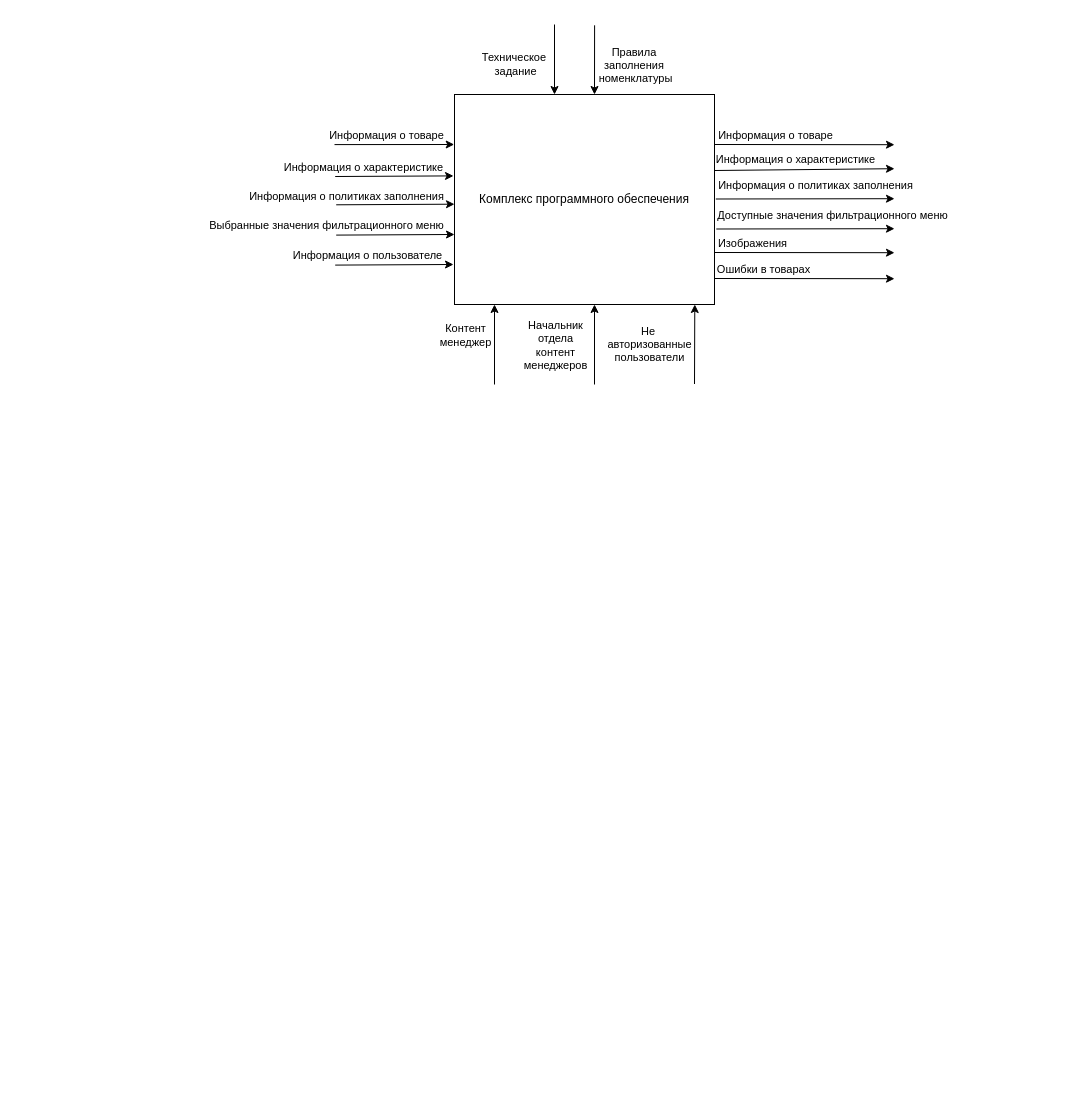
Before: page "Страница — 2" (2 of 2) of Диаграмма без названия.drawio in krasov-rf/EDU, a draw.io diagram. Source tidied: cells renumbered, new cells numbered last; positions are measured from the earlier drawing's top-left corner, leaving out a move shared by most shapes. Both pictures are drawn from the tidied source at 100%, with x=0, y=0 at pixel (334, 24).
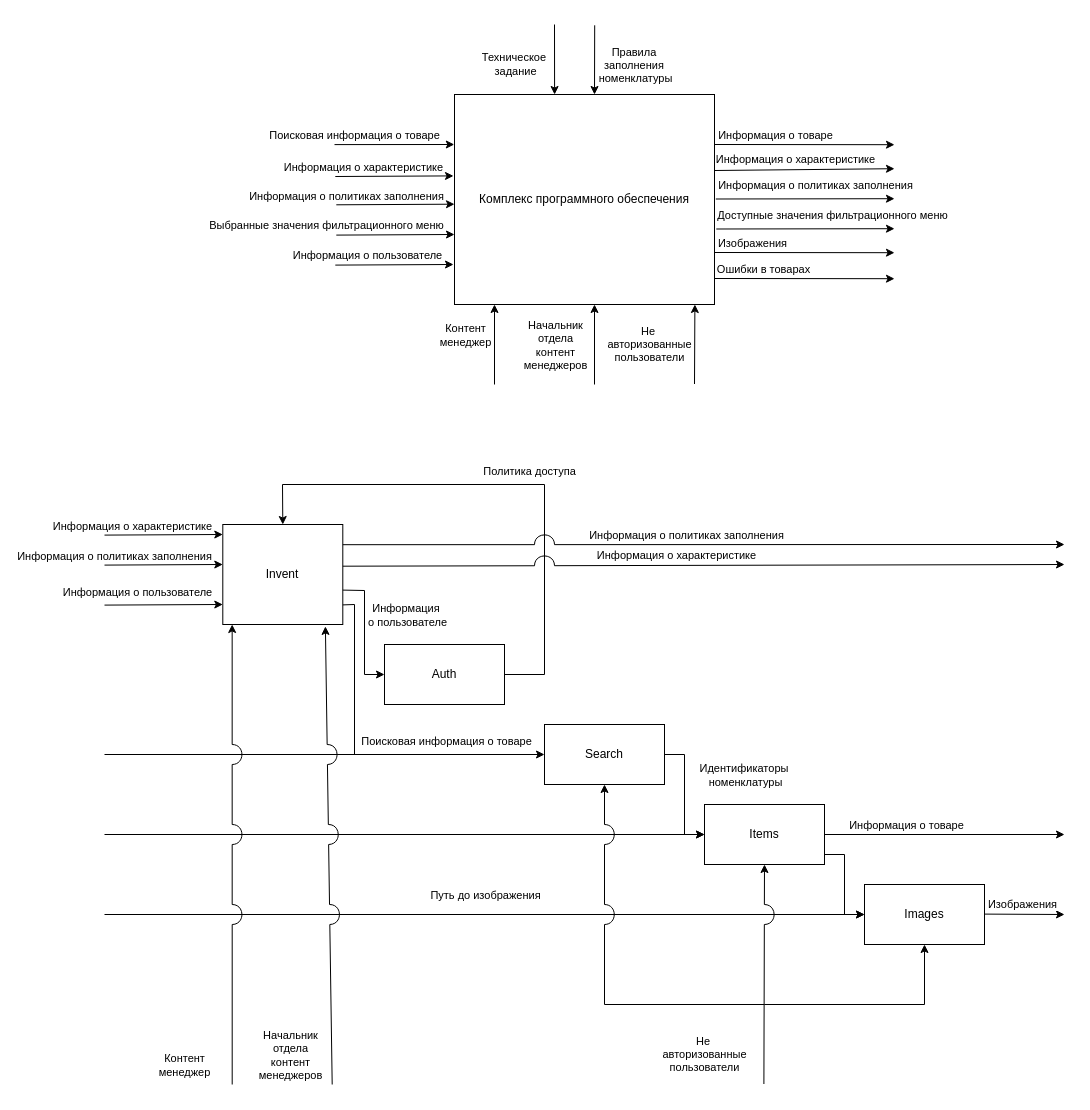
After the change.

The edit, as a diff of the source:
```diff
@@
+    <mxCell id="35" style="endArrow=classic;html=1;rounded=0;" parent="1" edge="1">
+      <mxGeometry relative="1" as="geometry">
+        <mxPoint x="-230" y="810" as="sourcePoint" />
+        <mxPoint x="370" y="810" as="targetPoint" />
+      </mxGeometry>
+    </mxCell>
@@
     <mxCell id="3" style="endArrow=classic;html=1;rounded=0;entryX=-0.001;entryY=0.153;entryDx=0;entryDy=0;entryPerimeter=0;" parent="1" edge="1">
       <mxGeometry relative="1" as="geometry">
         <mxPoint y="120.1" as="sourcePoint" />
-        <mxPoint x="119.7" y="120" as="targetPoint" />
+        <mxPoint x="119.8" y="120" as="targetPoint" />
       </mxGeometry>
     </mxCell>
-    <mxCell id="4" value="Информация о товаре" style="edgeLabel;html=1;align=center;verticalAlign=middle;" parent="3" vertex="1">
+    <mxCell id="4" value="Поисковая информация о товаре" style="edgeLabel;html=1;align=center;verticalAlign=middle;" parent="3" vertex="1">
       <mxGeometry x="-0.3" y="2" relative="1" as="geometry">
-        <mxPoint x="10" y="-8" as="offset" />
+        <mxPoint x="-22" y="-8" as="offset" />
       </mxGeometry>
     </mxCell>
     <mxCell id="5" style="endArrow=classic;html=1;rounded=0;entryX=-0.003;entryY=0.395;entryDx=0;entryDy=0;entryPerimeter=0;" parent="1" edge="1">
       <mxGeometry relative="1" as="geometry">
-        <mxPoint x="0.7" y="152" as="sourcePoint" />
+        <mxPoint x="0.8" y="152" as="sourcePoint" />
         <mxPoint x="119" y="151.4" as="targetPoint" />
       </mxGeometry>
     </mxCell>
@@
     <mxCell id="7" style="endArrow=classic;html=1;rounded=0;entryX=-0.003;entryY=0.395;entryDx=0;entryDy=0;entryPerimeter=0;" parent="1" edge="1">
       <mxGeometry relative="1" as="geometry">
-        <mxPoint x="1.7" y="180.3" as="sourcePoint" />
+        <mxPoint x="1.8" y="180.3" as="sourcePoint" />
         <mxPoint x="120" y="179.7" as="targetPoint" />
       </mxGeometry>
     </mxCell>
@@
     <mxCell id="9" style="endArrow=classic;html=1;rounded=0;entryX=-0.003;entryY=0.395;entryDx=0;entryDy=0;entryPerimeter=0;" parent="1" edge="1">
       <mxGeometry relative="1" as="geometry">
-        <mxPoint x="1.7" y="210.6" as="sourcePoint" />
+        <mxPoint x="1.8" y="210.6" as="sourcePoint" />
         <mxPoint x="120" y="210" as="targetPoint" />
       </mxGeometry>
     </mxCell>
@@
     <mxCell id="11" style="endArrow=classic;html=1;rounded=0;entryX=-0.003;entryY=0.395;entryDx=0;entryDy=0;entryPerimeter=0;" parent="1" edge="1">
       <mxGeometry relative="1" as="geometry">
-        <mxPoint x="0.7" y="240.6" as="sourcePoint" />
+        <mxPoint x="0.8" y="240.6" as="sourcePoint" />
         <mxPoint x="119" y="240" as="targetPoint" />
       </mxGeometry>
     </mxCell>
@@
     <mxCell id="17" style="endArrow=classic;html=1;rounded=0;entryX=0.832;entryY=1.003;entryDx=0;entryDy=0;entryPerimeter=0;" parent="1" edge="1">
       <mxGeometry relative="1" as="geometry">
         <mxPoint x="360" y="359.5" as="sourcePoint" />
-        <mxPoint x="360.3" y="280" as="targetPoint" />
+        <mxPoint x="360.4" y="280" as="targetPoint" />
       </mxGeometry>
     </mxCell>
@@
     <mxCell id="31" style="endArrow=classic;html=1;rounded=0;entryX=0.154;entryY=0;entryDx=0;entryDy=0;entryPerimeter=0;" parent="1" edge="1">
       <mxGeometry relative="1" as="geometry">
         <mxPoint x="220" as="sourcePoint" />
-        <mxPoint x="220" y="70" as="targetPoint" />
+        <mxPoint x="220.1" y="70" as="targetPoint" />
       </mxGeometry>
     </mxCell>
@@
     <mxCell id="33" style="endArrow=classic;html=1;rounded=0;entryX=0.461;entryY=-0.004;entryDx=0;entryDy=0;entryPerimeter=0;" parent="1" edge="1">
       <mxGeometry relative="1" as="geometry">
-        <mxPoint x="260.1" y="0.8" as="sourcePoint" />
+        <mxPoint x="260.2" y="0.8" as="sourcePoint" />
         <mxPoint x="260" y="70" as="targetPoint" />
       </mxGeometry>
     </mxCell>
@@
+    <mxCell id="36" value="Items" style="rounded=0;whiteSpace=wrap;html=1;" parent="1" vertex="1">
+      <mxGeometry x="370" y="780" width="120" height="60" as="geometry" />
+    </mxCell>
+    <mxCell id="37" value="Images" style="rounded=0;whiteSpace=wrap;html=1;" parent="1" vertex="1">
+      <mxGeometry x="530" y="860" width="120" height="60" as="geometry" />
+    </mxCell>
+    <mxCell id="38" value="Auth" style="rounded=0;whiteSpace=wrap;html=1;" parent="1" vertex="1">
+      <mxGeometry x="50" y="620" width="120" height="60" as="geometry" />
+    </mxCell>
+    <mxCell id="39" value="Invent" style="rounded=0;whiteSpace=wrap;html=1;" parent="1" vertex="1">
+      <mxGeometry x="-111.7" y="500" width="120" height="100" as="geometry" />
+    </mxCell>
+    <mxCell id="40" value="Search" style="rounded=0;whiteSpace=wrap;html=1;" parent="1" vertex="1">
+      <mxGeometry x="210" y="700" width="120" height="60" as="geometry" />
+    </mxCell>
+    <mxCell id="41" style="endArrow=classic;html=1;rounded=0;entryX=0;entryY=0.5;entryDx=0;entryDy=0;" parent="1" edge="1" target="37">
+      <mxGeometry relative="1" as="geometry">
+        <mxPoint x="-230" y="890" as="sourcePoint" />
+      </mxGeometry>
+    </mxCell>
+    <mxCell id="42" value="Путь до изображения" style="edgeLabel;html=1;align=center;verticalAlign=middle;" parent="41" vertex="1">
+      <mxGeometry x="0.39" y="-4" relative="1" as="geometry">
+        <mxPoint x="-148" y="-24" as="offset" />
+      </mxGeometry>
+    </mxCell>
+    <mxCell id="43" style="endArrow=classic;html=1;rounded=0;" parent="1" edge="1">
+      <mxGeometry relative="1" as="geometry">
+        <mxPoint x="490" y="830" as="sourcePoint" />
+        <mxPoint x="530" y="890" as="targetPoint" />
+        <Array as="points">
+          <mxPoint x="510" y="830" />
+          <mxPoint x="510" y="890" />
+        </Array>
+      </mxGeometry>
+    </mxCell>
+    <mxCell id="44" style="endArrow=classic;html=1;rounded=0;exitX=1;exitY=0.5;exitDx=0;exitDy=0;entryX=0;entryY=0.5;entryDx=0;entryDy=0;" parent="1" edge="1" source="40" target="36">
+      <mxGeometry relative="1" as="geometry">
+        <Array as="points">
+          <mxPoint x="350" y="730" />
+          <mxPoint x="350" y="810" />
+        </Array>
+      </mxGeometry>
+    </mxCell>
+    <mxCell id="45" value="Идентификаторы&amp;nbsp;&lt;div&gt;номенклатуры&lt;/div&gt;" style="edgeLabel;html=1;align=center;verticalAlign=middle;" parent="44" vertex="1">
+      <mxGeometry x="0.35" y="-3" relative="1" as="geometry">
+        <mxPoint x="63" y="-41" as="offset" />
+      </mxGeometry>
+    </mxCell>
+    <mxCell id="46" style="endArrow=classic;html=1;rounded=0;exitX=1;exitY=0.5;exitDx=0;exitDy=0;" parent="1" edge="1" source="36">
+      <mxGeometry relative="1" as="geometry">
+        <mxPoint x="730" y="810" as="targetPoint" />
+      </mxGeometry>
+    </mxCell>
+    <mxCell id="47" value="Информация о товаре" style="edgeLabel;html=1;align=center;verticalAlign=middle;" parent="46" vertex="1">
+      <mxGeometry x="-0.3" y="2" relative="1" as="geometry">
+        <mxPoint x="-3" y="-8" as="offset" />
+      </mxGeometry>
+    </mxCell>
+    <mxCell id="48" style="endArrow=classic;html=1;rounded=0;" parent="1" edge="1">
+      <mxGeometry relative="1" as="geometry">
+        <mxPoint x="650" y="889.6" as="sourcePoint" />
+        <mxPoint x="730" y="890" as="targetPoint" />
+      </mxGeometry>
+    </mxCell>
+    <mxCell id="49" value="Изображения" style="edgeLabel;html=1;align=center;verticalAlign=middle;" parent="48" vertex="1">
+      <mxGeometry x="-0.3" y="2" relative="1" as="geometry">
+        <mxPoint x="9" y="-8" as="offset" />
+      </mxGeometry>
+    </mxCell>
+    <mxCell id="50" style="endArrow=classic;html=1;rounded=0;entryX=0;entryY=0.5;entryDx=0;entryDy=0;" parent="1" edge="1" target="40">
+      <mxGeometry relative="1" as="geometry">
+        <mxPoint x="-230" y="730" as="sourcePoint" />
+      </mxGeometry>
+    </mxCell>
+    <mxCell id="51" value="Поисковая информация о товаре" style="edgeLabel;html=1;align=center;verticalAlign=middle;" parent="50" vertex="1">
+      <mxGeometry x="-0.14" y="-2" relative="1" as="geometry">
+        <mxPoint x="152" y="-16" as="offset" />
+      </mxGeometry>
+    </mxCell>
+    <mxCell id="52" style="endArrow=classic;html=1;rounded=0;entryX=-0.003;entryY=0.395;entryDx=0;entryDy=0;entryPerimeter=0;" parent="1" edge="1">
+      <mxGeometry relative="1" as="geometry">
+        <mxPoint x="-230" y="540.6" as="sourcePoint" />
+        <mxPoint x="-111.7" y="540" as="targetPoint" />
+      </mxGeometry>
+    </mxCell>
+    <mxCell id="53" value="Информация о политиках заполнения" style="edgeLabel;html=1;align=center;verticalAlign=middle;" parent="52" vertex="1">
+      <mxGeometry x="-0.3" y="2" relative="1" as="geometry">
+        <mxPoint x="-31" y="-7" as="offset" />
+      </mxGeometry>
+    </mxCell>
+    <mxCell id="54" style="endArrow=classic;html=1;rounded=0;entryX=-0.003;entryY=0.395;entryDx=0;entryDy=0;entryPerimeter=0;" parent="1" edge="1">
+      <mxGeometry relative="1" as="geometry">
+        <mxPoint x="-230" y="580.6" as="sourcePoint" />
+        <mxPoint x="-111.7" y="580" as="targetPoint" />
+      </mxGeometry>
+    </mxCell>
+    <mxCell id="55" value="Информация о&amp;nbsp;&lt;span style=&quot;background-color: light-dark(#ffffff, var(--ge-dark-color, #121212)); color: light-dark(rgb(0, 0, 0), rgb(255, 255, 255));&quot;&gt;пользователе&lt;/span&gt;" style="edgeLabel;html=1;align=center;verticalAlign=middle;" parent="54" vertex="1">
+      <mxGeometry x="-0.3" y="2" relative="1" as="geometry">
+        <mxPoint x="-8" y="-11" as="offset" />
+      </mxGeometry>
+    </mxCell>
+    <mxCell id="56" style="endArrow=classic;html=1;rounded=0;entryX=-0.003;entryY=0.395;entryDx=0;entryDy=0;entryPerimeter=0;" parent="1" edge="1">
+      <mxGeometry relative="1" as="geometry">
+        <mxPoint x="-230" y="510.6" as="sourcePoint" />
+        <mxPoint x="-111.7" y="510" as="targetPoint" />
+      </mxGeometry>
+    </mxCell>
+    <mxCell id="57" value="Информация о характеристике" style="edgeLabel;html=1;align=center;verticalAlign=middle;" parent="56" vertex="1">
+      <mxGeometry x="-0.3" y="2" relative="1" as="geometry">
+        <mxPoint x="-13" y="-7" as="offset" />
+      </mxGeometry>
+    </mxCell>
+    <mxCell id="58" style="endArrow=classic;html=1;rounded=0;exitX=1;exitY=0.5;exitDx=0;exitDy=0;entryX=0.5;entryY=0;entryDx=0;entryDy=0;" parent="1" edge="1" source="38" target="39">
+      <mxGeometry relative="1" as="geometry">
+        <Array as="points">
+          <mxPoint x="210" y="650" />
+          <mxPoint x="210" y="460" />
+          <mxPoint x="-52" y="460" />
+        </Array>
+      </mxGeometry>
+    </mxCell>
+    <mxCell id="59" value="Политика доступа" style="edgeLabel;html=1;align=center;verticalAlign=middle;" parent="58" vertex="1">
+      <mxGeometry x="-0.13" y="-2" relative="1" as="geometry">
+        <mxPoint x="-15" y="-12" as="offset" />
+      </mxGeometry>
+    </mxCell>
+    <mxCell id="60" style="endArrow=classic;html=1;rounded=0;exitX=1;exitY=0.567;exitDx=0;exitDy=0;exitPerimeter=0;jumpStyle=arc;jumpSize=20;" parent="1" edge="1">
+      <mxGeometry relative="1" as="geometry">
+        <mxPoint x="8.3" y="541.7" as="sourcePoint" />
+        <mxPoint x="730" y="540" as="targetPoint" />
+      </mxGeometry>
+    </mxCell>
+    <mxCell id="61" value="Информация о характеристике" style="edgeLabel;html=1;align=center;verticalAlign=middle;" parent="60" vertex="1">
+      <mxGeometry x="-0.3" y="2" relative="1" as="geometry">
+        <mxPoint x="80" y="-9" as="offset" />
+      </mxGeometry>
+    </mxCell>
+    <mxCell id="62" style="endArrow=classic;html=1;rounded=0;exitX=1.005;exitY=0.681;exitDx=0;exitDy=0;exitPerimeter=0;jumpSize=20;jumpStyle=arc;" parent="1" edge="1">
+      <mxGeometry relative="1" as="geometry">
+        <mxPoint x="8.3" y="520.2" as="sourcePoint" />
+        <mxPoint x="730" y="520" as="targetPoint" />
+      </mxGeometry>
+    </mxCell>
+    <mxCell id="63" value="Информация о политиках заполнения" style="edgeLabel;html=1;align=center;verticalAlign=middle;" parent="62" vertex="1">
+      <mxGeometry x="-0.3" y="2" relative="1" as="geometry">
+        <mxPoint x="90" y="-8" as="offset" />
+      </mxGeometry>
+    </mxCell>
+    <mxCell id="64" style="endArrow=classic;html=1;rounded=0;jumpStyle=arc;jumpSize=20;" parent="1" edge="1">
+      <mxGeometry relative="1" as="geometry">
+        <mxPoint x="429.4" y="1059.5" as="sourcePoint" />
+        <mxPoint x="430" y="840" as="targetPoint" />
+      </mxGeometry>
+    </mxCell>
+    <mxCell id="65" value="Не&amp;nbsp;&lt;div&gt;авторизованные&lt;div&gt;пользователи&lt;/div&gt;&lt;/div&gt;" style="edgeLabel;html=1;align=center;verticalAlign=middle;" parent="64" vertex="1">
+      <mxGeometry x="0.2" relative="1" as="geometry">
+        <mxPoint x="-60" y="102" as="offset" />
+      </mxGeometry>
+    </mxCell>
+    <mxCell id="66" style="endArrow=classic;html=1;rounded=0;entryX=0.078;entryY=1;entryDx=0;entryDy=0;entryPerimeter=0;jumpStyle=arc;jumpSize=20;" parent="1" edge="1" target="39">
+      <mxGeometry relative="1" as="geometry">
+        <mxPoint x="-102.3" y="1060" as="sourcePoint" />
+      </mxGeometry>
+    </mxCell>
+    <mxCell id="67" value="Контент&lt;div&gt;менеджер&lt;/div&gt;" style="edgeLabel;html=1;align=center;verticalAlign=middle;" parent="66" vertex="1">
+      <mxGeometry x="-0.22" y="1" relative="1" as="geometry">
+        <mxPoint x="-47" y="159" as="offset" />
+      </mxGeometry>
+    </mxCell>
+    <mxCell id="68" style="endArrow=classic;html=1;rounded=0;entryX=0.855;entryY=1.019;entryDx=0;entryDy=0;entryPerimeter=0;jumpStyle=arc;jumpSize=20;" parent="1" edge="1" target="39">
+      <mxGeometry relative="1" as="geometry">
+        <mxPoint x="-2.3" y="1060" as="sourcePoint" />
+      </mxGeometry>
+    </mxCell>
+    <mxCell id="69" value="Начальник&lt;div&gt;отдела&lt;/div&gt;&lt;div&gt;контент&lt;div&gt;менеджеров&lt;/div&gt;&lt;/div&gt;" style="edgeLabel;html=1;align=center;verticalAlign=middle;" parent="68" vertex="1">
+      <mxGeometry x="-0.22" y="1" relative="1" as="geometry">
+        <mxPoint x="-39" y="149" as="offset" />
+      </mxGeometry>
+    </mxCell>
+    <mxCell id="70" style="endArrow=none;html=1;rounded=0;entryX=1;entryY=0.804;entryDx=0;entryDy=0;entryPerimeter=0;" parent="1" edge="1" target="39">
+      <mxGeometry relative="1" as="geometry">
+        <mxPoint x="20" y="730" as="sourcePoint" />
+        <Array as="points">
+          <mxPoint x="20" y="580" />
+        </Array>
+      </mxGeometry>
+    </mxCell>
+    <mxCell id="71" style="endArrow=classic;html=1;rounded=0;entryX=0;entryY=0.5;entryDx=0;entryDy=0;" parent="1" edge="1" target="38">
+      <mxGeometry relative="1" as="geometry">
+        <mxPoint x="8.3" y="565.6" as="sourcePoint" />
+        <Array as="points">
+          <mxPoint x="30" y="566" />
+          <mxPoint x="30" y="650" />
+        </Array>
+      </mxGeometry>
+    </mxCell>
+    <mxCell id="72" value="Информация&amp;nbsp;&lt;div&gt;о&amp;nbsp;&lt;span style=&quot;background-color: light-dark(#ffffff, var(--ge-dark-color, #121212)); color: light-dark(rgb(0, 0, 0), rgb(255, 255, 255));&quot;&gt;пользователе&lt;/span&gt;&lt;/div&gt;" style="edgeLabel;html=1;align=center;verticalAlign=middle;" parent="71" vertex="1">
+      <mxGeometry x="-0.3" y="2" relative="1" as="geometry">
+        <mxPoint x="40" y="2" as="offset" />
+      </mxGeometry>
+    </mxCell>
+    <mxCell id="73" style="endArrow=classic;html=1;rounded=0;entryX=0.5;entryY=1;entryDx=0;entryDy=0;" parent="1" edge="1" target="37">
+      <mxGeometry relative="1" as="geometry">
+        <mxPoint x="430" y="980" as="sourcePoint" />
+        <Array as="points">
+          <mxPoint x="590" y="980" />
+        </Array>
+      </mxGeometry>
+    </mxCell>
+    <mxCell id="74" style="endArrow=classic;html=1;rounded=0;entryX=0.5;entryY=1;entryDx=0;entryDy=0;jumpStyle=arc;jumpSize=20;" parent="1" edge="1" target="40">
+      <mxGeometry relative="1" as="geometry">
+        <mxPoint x="430" y="980" as="sourcePoint" />
+        <Array as="points">
+          <mxPoint x="270" y="980" />
+        </Array>
+      </mxGeometry>
+    </mxCell>
```
